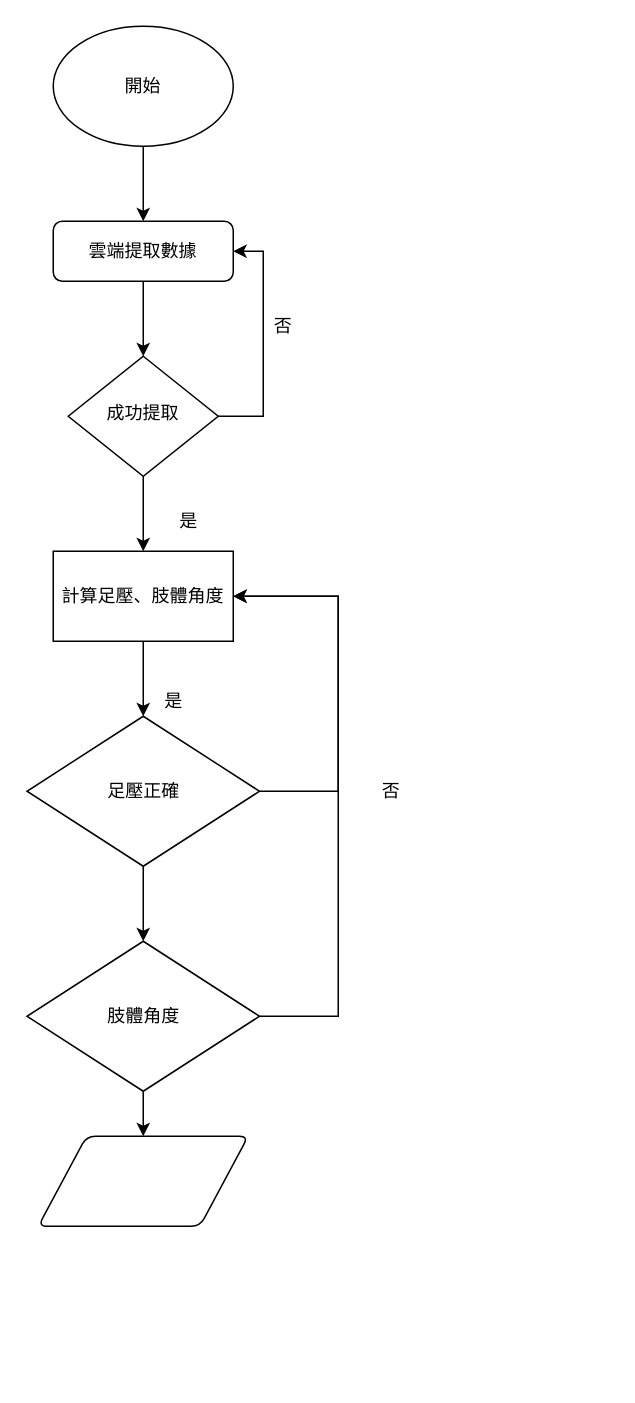
This is Untitled Diagram.drawio from kelly1117ws/sql_project, a draw.io file, before an edit. Source tidied: cells renumbered, new cells numbered last; positions are measured from the earlier drawing's top-left corner, leaving out a move shared by most shapes. Both pictures are drawn from the tidied source at 150%, with x=0, y=0 at pixel (26, 26).
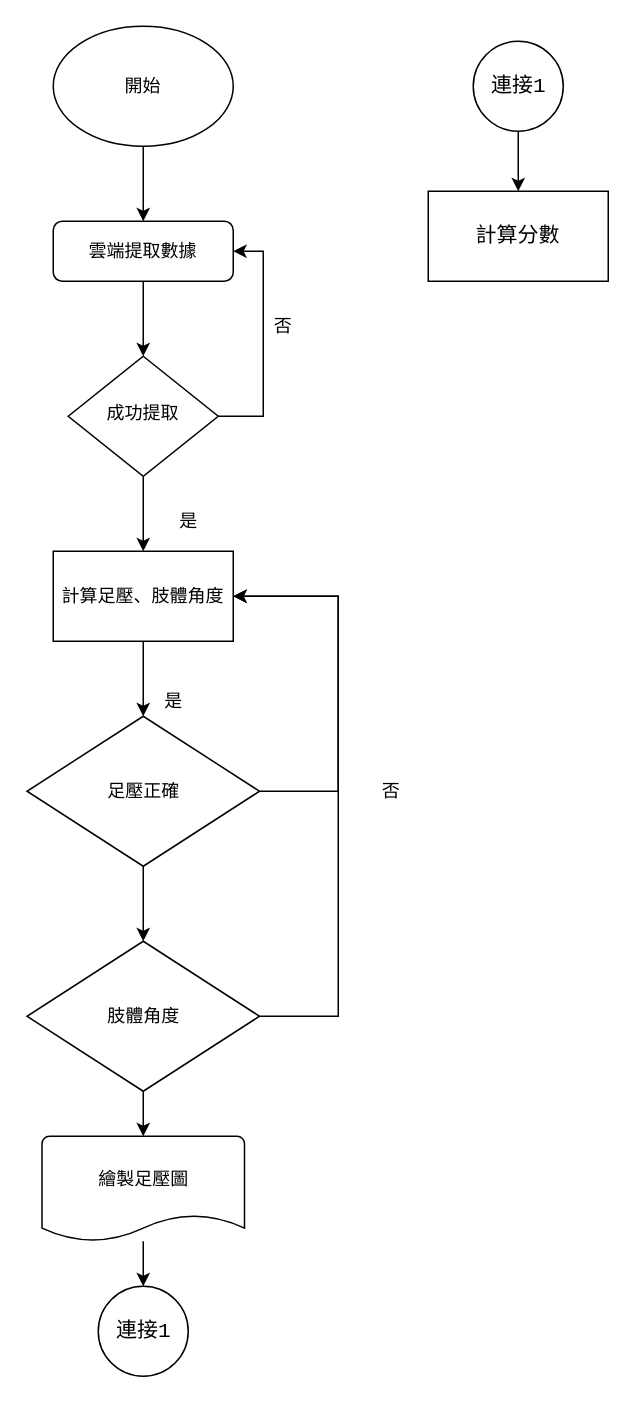
The same page after the edit.

Unchanged cells that the change refers to:
```xml
<mxCell id="21" value="肢體角度" style="rhombus;whiteSpace=wrap;html=1;rounded=0;shadow=0;" parent="1" vertex="1">
  <mxGeometry x="0.5" y="610" width="155" height="100" as="geometry" />
</mxCell>
```

What changed in the source:
```diff
@@
-    <mxCell id="20" style="edgeStyle=orthogonalEdgeStyle;rounded=0;jettySize=auto;html=1;" parent="1" edge="1" source="21" target="22">
+    <mxCell id="20" style="edgeStyle=orthogonalEdgeStyle;rounded=0;jettySize=auto;html=1;entryX=0.5;entryY=0;entryDx=0;entryDy=0;entryPerimeter=0;" parent="1" edge="1" source="21" target="24">
       <mxGeometry relative="1" as="geometry" />
     </mxCell>
@@
-    <mxCell id="22" style="shape=parallelogram;html=1;strokeWidth=1;perimeter=parallelogramPerimeter;whiteSpace=wrap;rounded=1;arcSize=12;size=0.23;shadow=0;" parent="1" vertex="1">
-      <mxGeometry x="8" y="740" width="140" height="60" as="geometry" />
-    </mxCell>
+    <mxCell id="23" style="edgeStyle=orthogonalEdgeStyle;rounded=0;jettySize=auto;html=1;fontFamily=Courier New;fontSize=14;" parent="1" edge="1" source="24" target="25">
+      <mxGeometry relative="1" as="geometry" />
+    </mxCell>
+    <mxCell id="24" value="&lt;p style=&quot;line-height: 0.6&quot;&gt;繪製足壓圖&lt;/p&gt;" style="strokeWidth=1;html=1;shape=mxgraph.flowchart.document2;whiteSpace=wrap;size=0.25;shadow=0;align=center;verticalAlign=top;spacing=9;" parent="1" vertex="1">
+      <mxGeometry x="10.5" y="740" width="135" height="70" as="geometry" />
+    </mxCell>
+    <mxCell id="25" style="verticalLabelPosition=bottom;verticalAlign=top;html=1;shape=mxgraph.flowchart.on-page_reference;shadow=0;fontFamily=Courier New;fontSize=14;strokeWidth=1;" parent="1" vertex="1">
+      <mxGeometry x="48" y="840" width="60" height="60" as="geometry" />
+    </mxCell>
+    <mxCell id="26" value="連接1" style="text;html=1;align=center;verticalAlign=middle;strokeColor=none;fillColor=none;fontSize=14;fontFamily=Courier New;" parent="1" vertex="1">
+      <mxGeometry x="53" y="860" width="50" height="20" as="geometry" />
+    </mxCell>
+    <mxCell id="27" style="edgeStyle=orthogonalEdgeStyle;rounded=0;jettySize=auto;html=1;fontFamily=Courier New;fontSize=14;" parent="1" edge="1" source="28" target="30">
+      <mxGeometry relative="1" as="geometry" />
+    </mxCell>
+    <mxCell id="28" style="verticalLabelPosition=bottom;verticalAlign=top;html=1;shape=mxgraph.flowchart.on-page_reference;shadow=0;fontFamily=Courier New;fontSize=14;strokeWidth=1;" parent="1" vertex="1">
+      <mxGeometry x="298" y="10" width="60" height="60" as="geometry" />
+    </mxCell>
+    <mxCell id="29" value="連接1" style="text;html=1;align=center;verticalAlign=middle;strokeColor=none;fillColor=none;fontSize=14;fontFamily=Courier New;" parent="1" vertex="1">
+      <mxGeometry x="303" y="30" width="50" height="20" as="geometry" />
+    </mxCell>
+    <mxCell id="30" value="計算分數" style="whiteSpace=wrap;html=1;fontSize=14;fontFamily=Courier New;verticalAlign=middle;shadow=0;strokeWidth=1;" parent="1" vertex="1">
+      <mxGeometry x="268" y="110" width="120" height="60" as="geometry" />
+    </mxCell>
```
